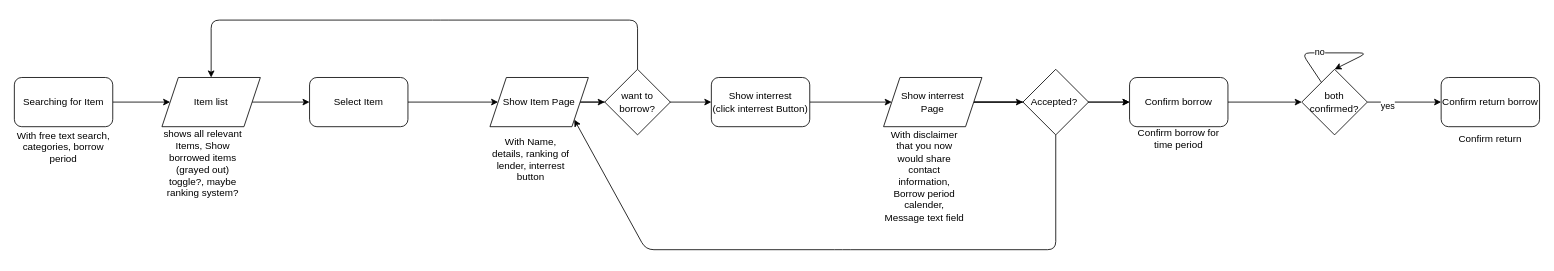
Finnegan1/ringtausch keeps this draw.io diagram as user-flows/borrower.drawio. Above is the earlier version. Source tidied: cells renumbered, new cells numbered last; positions are measured from the earlier drawing's top-left corner, leaving out a move shared by most shapes. Both pictures are drawn from the tidied source at 82%, with x=0, y=0 at pixel (14, 20).
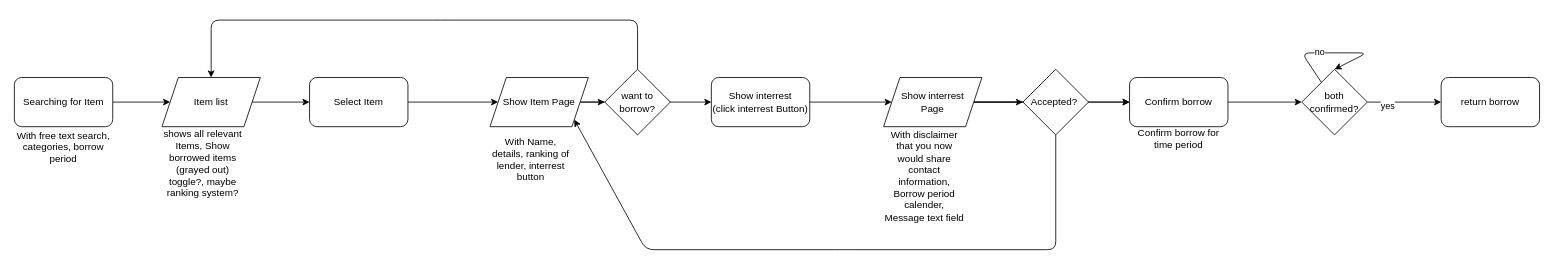
After the change.

Commit message (it also covers changes not shown here):
chore: updated user-flow

The edit, as a diff of the source:
```diff
@@
-    <mxCell id="10" value="Confirm return borrow" style="rounded=1;whiteSpace=wrap;html=1;" parent="1" vertex="1">
+    <mxCell id="10" value="return borrow" style="rounded=1;whiteSpace=wrap;html=1;" parent="1" vertex="1">
       <mxGeometry x="1740" y="70" width="120" height="60" as="geometry" />
     </mxCell>
@@
-    <mxCell id="29" value="Confirm return" style="text;html=1;strokeColor=none;fillColor=none;align=center;verticalAlign=middle;whiteSpace=wrap;rounded=0;" parent="1" vertex="1">
-      <mxGeometry x="1740" y="130" width="120" height="30" as="geometry" />
-    </mxCell>
```
